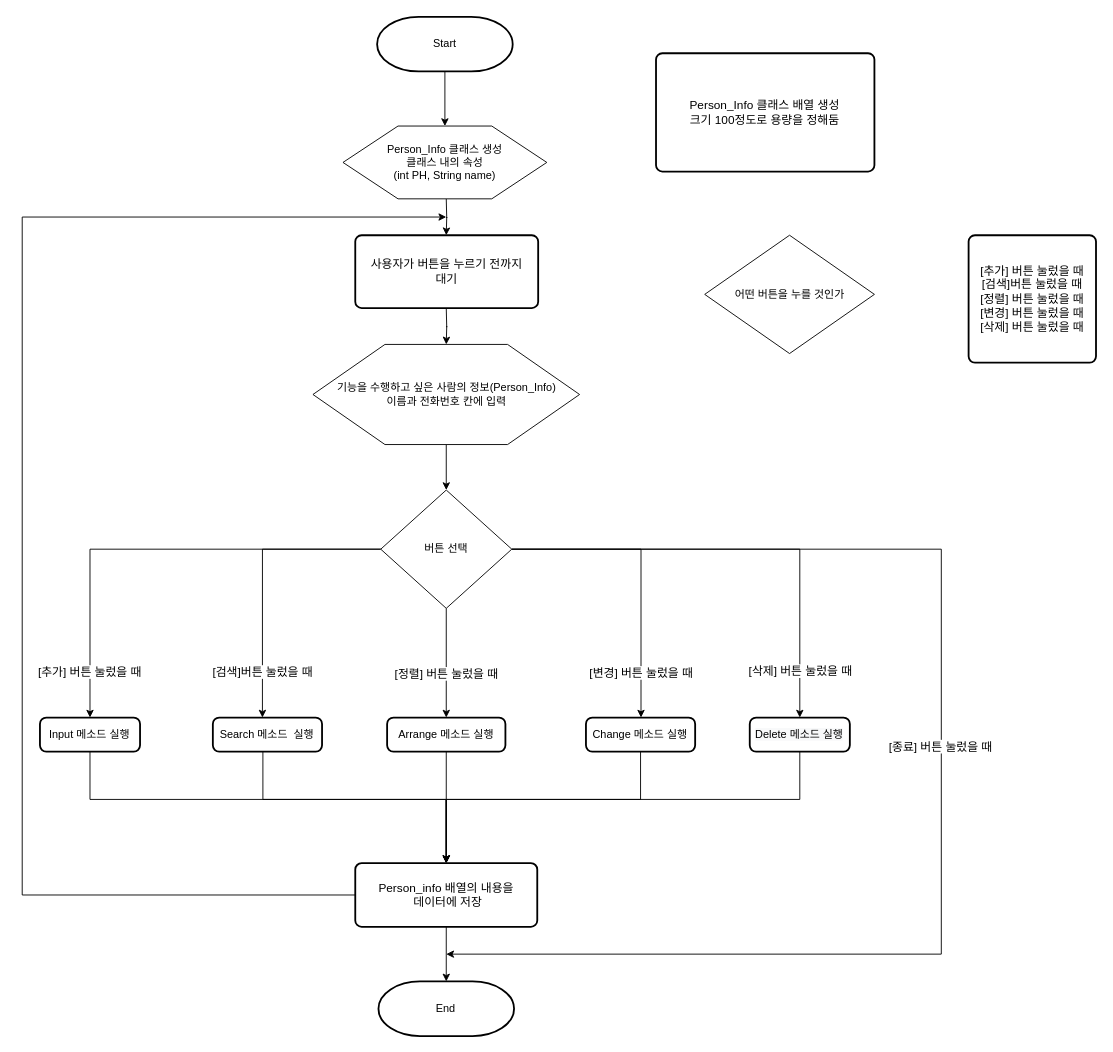
Earlier version of the draw.io diagram 순서도/전화번호관리부 main 함수 순서도_Java.drawio (skatld123/PH_list_java). Source tidied: cells renumbered, new cells numbered last; positions are measured from the earlier drawing's top-left corner, leaving out a move shared by most shapes. Both pictures are drawn from the tidied source at 91%, with x=0, y=0 at pixel (22, 16).
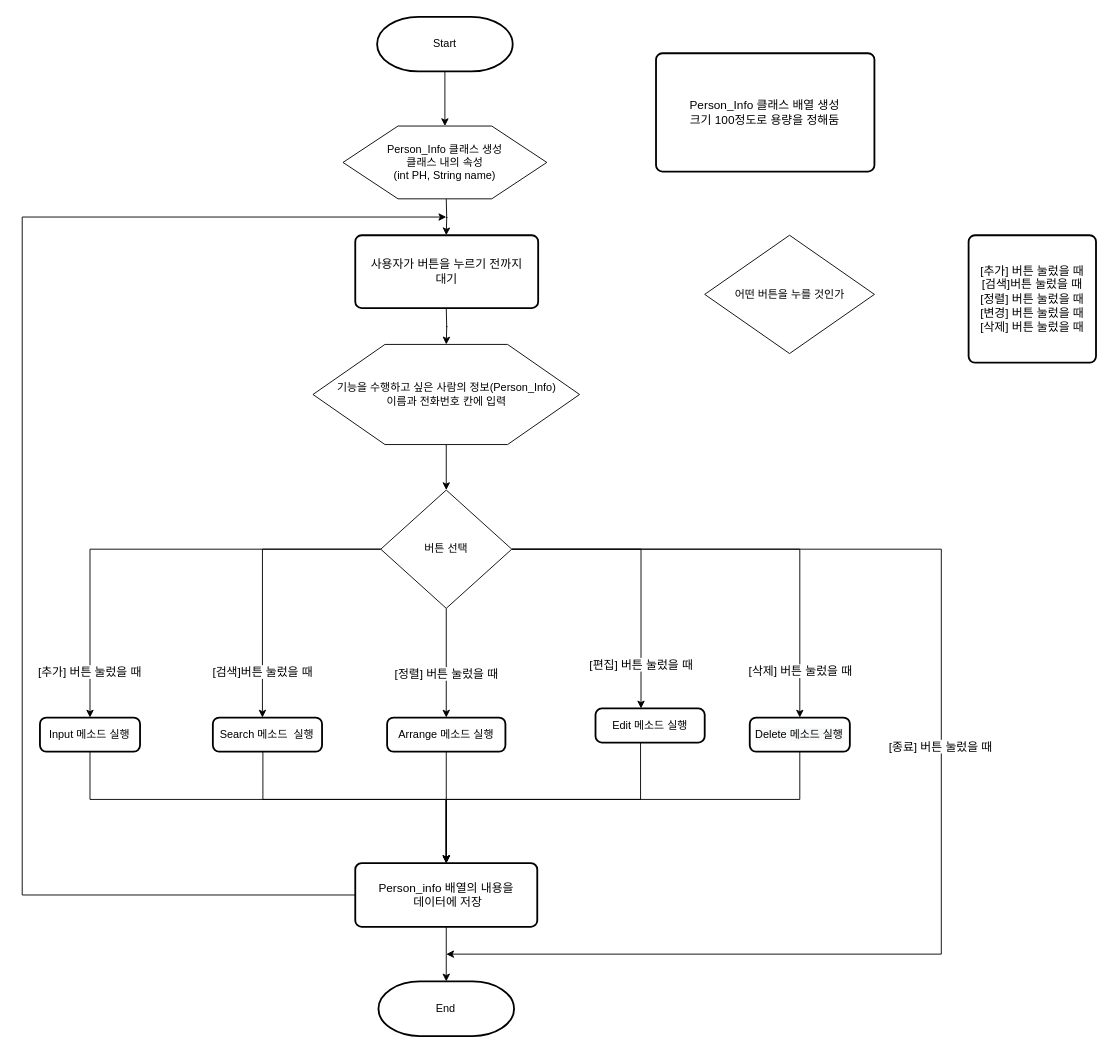
Above is the later version.

Commit message:
전화번호관리부 main 함수 순서도_Java.drawio 업데이트

Unchanged cells that the change refers to:
```xml
<mxCell id="30" style="edgeStyle=orthogonalEdgeStyle;rounded=0;jettySize=auto;html=1;fontSize=13;" parent="1" edge="1" source="34" target="16">
  <mxGeometry relative="1" as="geometry">
    <Array as="points">
      <mxPoint x="679.9" y="585" />
    </Array>
  </mxGeometry>
</mxCell>
```

The edit, as a diff of the source:
```diff
@@
-    <mxCell id="16" value="Change 메소드&amp;nbsp;실행" style="rounded=1;whiteSpace=wrap;html=1;absoluteArcSize=1;arcSize=14;strokeWidth=2;" parent="1" vertex="1">
-      <mxGeometry x="619.4" y="770" width="120" height="37.5" as="geometry" />
+    <mxCell id="16" value="Edit 메소드&amp;nbsp;실행" style="rounded=1;whiteSpace=wrap;html=1;absoluteArcSize=1;arcSize=14;strokeWidth=2;" parent="1" vertex="1">
+      <mxGeometry x="629.9" y="760" width="120" height="37.5" as="geometry" />
     </mxCell>
@@
-    <mxCell id="31" value="&lt;span&gt;[변경] 버튼 눌렀을 때&lt;/span&gt;" style="edgeLabel;html=1;align=center;verticalAlign=middle;fontSize=13;" parent="30" vertex="1">
+    <mxCell id="31" value="&lt;span&gt;[편집] 버튼 눌렀을 때&lt;/span&gt;" style="edgeLabel;html=1;align=center;verticalAlign=middle;fontSize=13;" parent="30" vertex="1">
       <mxGeometry x="0.75" y="-1" relative="1" as="geometry">
         <mxPoint x="0.5" y="-9" as="offset" />
       </mxGeometry>
     </mxCell>
```
